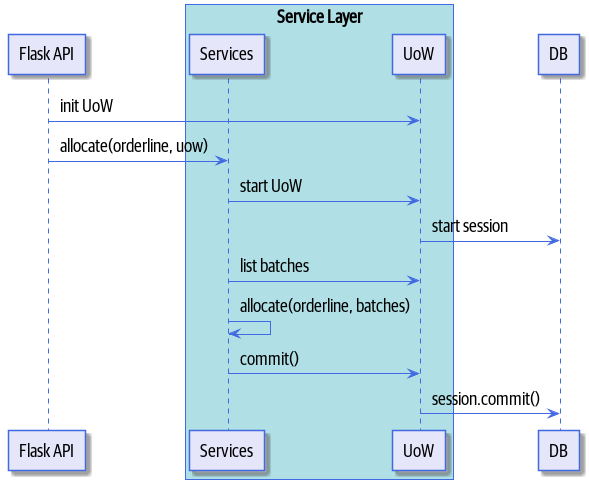
Earlier version of the PlantUML export images/after_uow_diagram.png (cosmicpython/book).
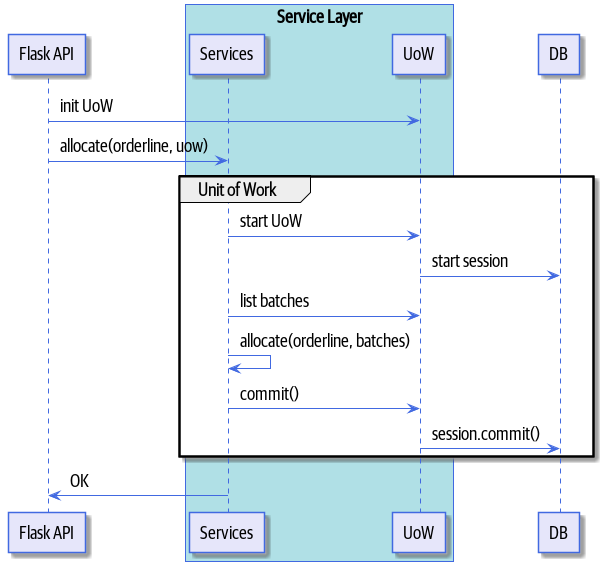
The same file after the commit.

What changed in the source:
```diff
@@ -62,11 +62,14 @@
 
 API -> UoW : init UoW
 API -> Services : allocate(orderline, uow)
-Services -> UoW : start UoW
-UoW -> DB: start session
-Services -> UoW : list batches
-Services -> Services: allocate(orderline, batches)
-Services -> UoW: commit()
-UoW -> DB: session.commit()
+group Unit of Work
+    Services -> UoW : start UoW
+    UoW -> DB: start session
+    Services -> UoW : list batches
+    Services -> Services: allocate(orderline, batches)
+    Services -> UoW: commit()
+    UoW -> DB: session.commit()
+end
+Services -> API: OK
 
 @enduml
```
